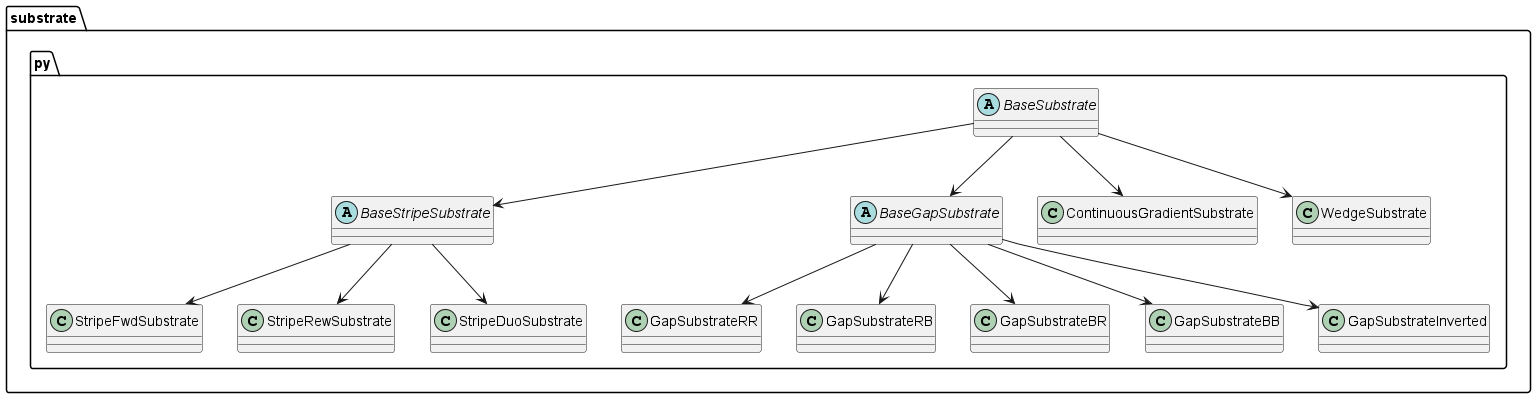
The PlantUML diagram docs/diagram/substrate.png in yavuzkaraca/Topographic-Projection-Sim, before a commit.
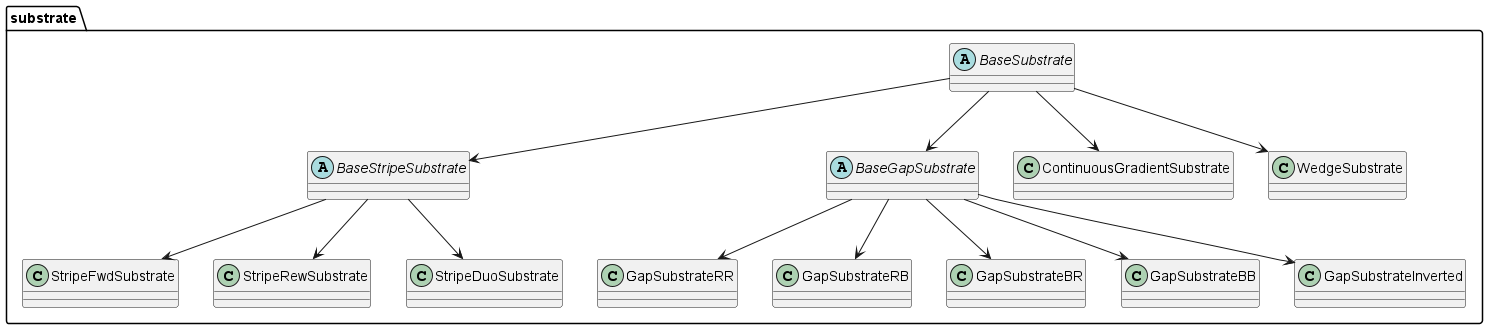
Above is the later version.

Diff of the diagram source:
```diff
@@ -1,5 +1,5 @@
 @startuml Substrate
-package substrate.py{
+package substrate{
     abstract class BaseSubstrate
     abstract class BaseStripeSubstrate
     abstract class BaseGapSubstrate
```
